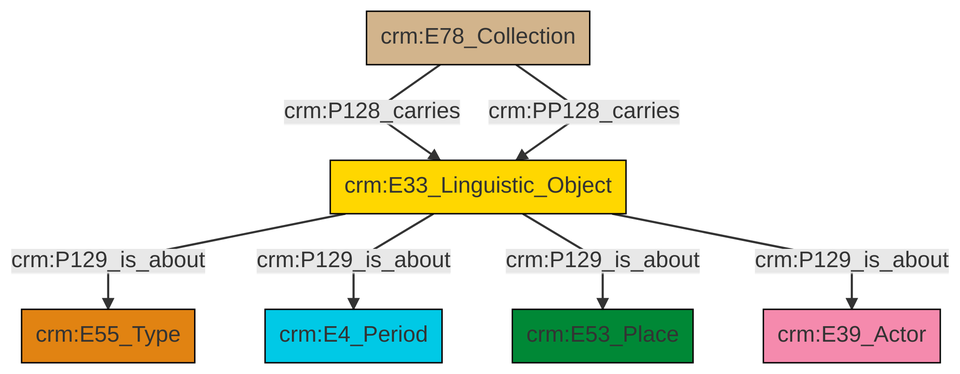
Earlier version of the Mermaid export et/archivalCSV/ttl/mmd/png/archival_aboutness.png (swiss-art-research-net/docs.swissartresearch). Its source is kept beside it as et/archivalCSV/ttl/mmd/archival_aboutness.ttl.mmd.
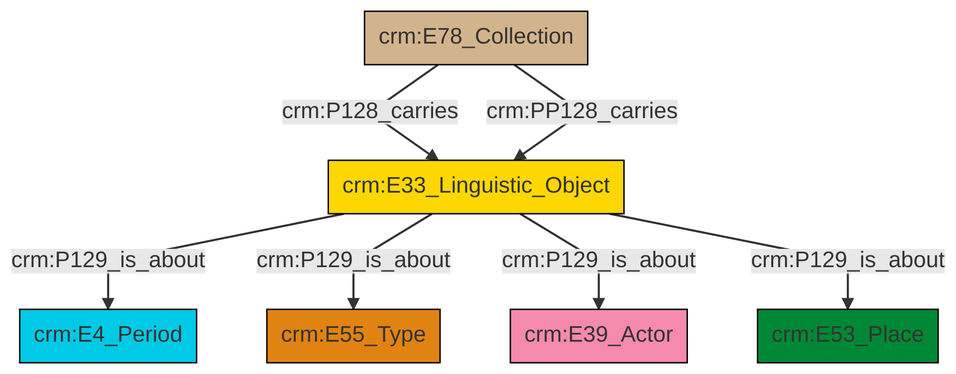
The same file after the commit.

What changed in the source:
```diff
@@ -13,9 +13,9 @@
 classDef PC_Classes fill:#4ce600, stroke:#000000;
 classDef Multi fill:#cccccc,stroke:#000000;
 
-2["crm:E33_Linguistic_Object"]:::Conceptual_Object -->|crm:P129_is_about| 3["crm:E55_Type"]:::Type
-2["crm:E33_Linguistic_Object"]:::Conceptual_Object -->|crm:P129_is_about| 4["crm:E4_Period"]:::Temporal_Entity
-8["crm:E78_Collection"]:::Physical_Thing -->|crm:P128_carries| 2["crm:E33_Linguistic_Object"]:::Conceptual_Object
-2["crm:E33_Linguistic_Object"]:::Conceptual_Object -->|crm:P129_is_about| 6["crm:E53_Place"]:::Place
-2["crm:E33_Linguistic_Object"]:::Conceptual_Object -->|crm:P129_is_about| 0["crm:E39_Actor"]:::Actor
-8["crm:E78_Collection"]:::Physical_Thing -->|crm:PP128_carries| 2["crm:E33_Linguistic_Object"]:::Conceptual_Object
+0["crm:E33_Linguistic_Object"]:::Conceptual_Object -->|crm:P129_is_about| 1["crm:E4_Period"]:::Temporal_Entity
+0["crm:E33_Linguistic_Object"]:::Conceptual_Object -->|crm:P129_is_about| 4["crm:E55_Type"]:::Type
+0["crm:E33_Linguistic_Object"]:::Conceptual_Object -->|crm:P129_is_about| 5["crm:E39_Actor"]:::Actor
+0["crm:E33_Linguistic_Object"]:::Conceptual_Object -->|crm:P129_is_about| 6["crm:E53_Place"]:::Place
+2["crm:E78_Collection"]:::Physical_Thing -->|crm:P128_carries| 0["crm:E33_Linguistic_Object"]:::Conceptual_Object
+2["crm:E78_Collection"]:::Physical_Thing -->|crm:PP128_carries| 0["crm:E33_Linguistic_Object"]:::Conceptual_Object
```
